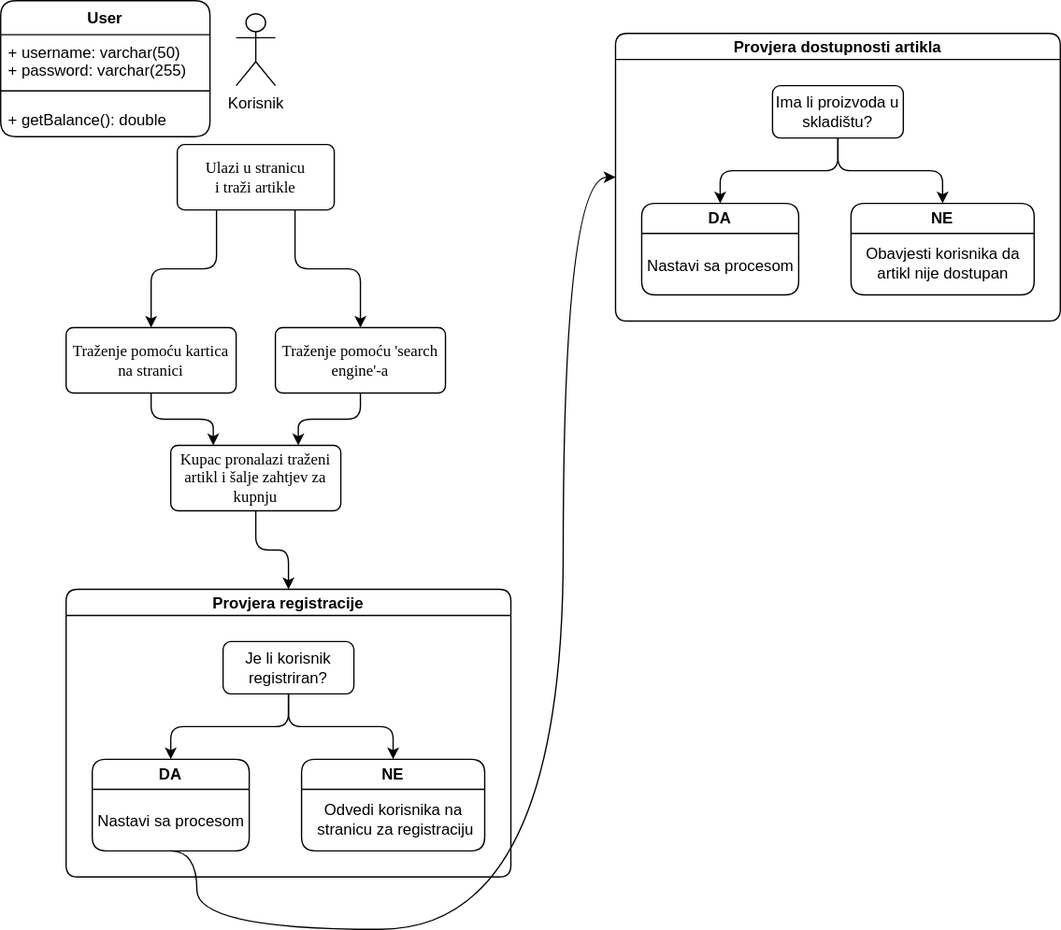
LukaCafuka/Diagrams-TiPK keeps this draw.io diagram as Untitled Diagram.drawio.svg. Above is the earlier version. Source tidied: cells renumbered, new cells last; positions are measured from the earlier drawing's top-left corner, leaving out a move shared by most shapes.
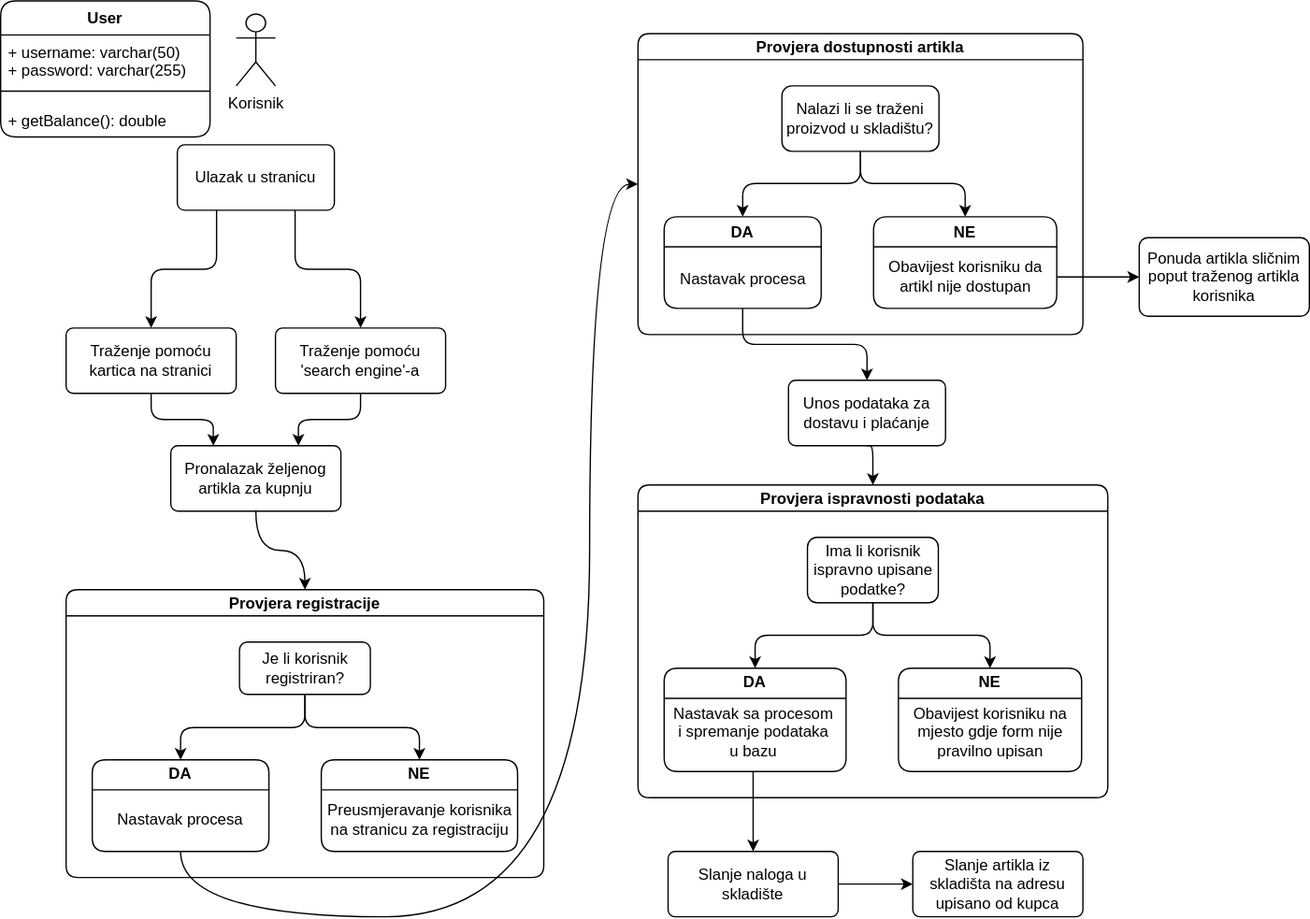
Later version of the same file.

Commit message:
skoro pa gotov

Diff of the diagram source:
```diff
@@ -8,7 +8,7 @@
     <mxCell id="3" style="edgeStyle=orthogonalEdgeStyle;rounded=1;jettySize=auto;html=1;exitX=0.75;exitY=1;exitDx=0;exitDy=0;entryX=0.5;entryY=0;entryDx=0;entryDy=0;" parent="1" edge="1" source="4" target="9">
       <mxGeometry relative="1" as="geometry" />
     </mxCell>
-    <mxCell id="4" value="Ulazi u stranicu&lt;br&gt;i traži artikle" style="whiteSpace=wrap;html=1;rounded=1;shadow=0;comic=0;labelBackgroundColor=none;strokeWidth=1;fontFamily=Verdana;fontSize=12;align=center;arcSize=11;" parent="1" vertex="1">
+    <mxCell id="4" value="Ulazak u stranicu" style="whiteSpace=wrap;html=1;rounded=1;shadow=0;comic=0;labelBackgroundColor=none;strokeWidth=1;fontFamily=Helvetica;fontSize=12;align=center;arcSize=11;" parent="1" vertex="1">
       <mxGeometry x="135" y="110" width="120" height="50" as="geometry" />
     </mxCell>
     <mxCell id="5" value="Korisnik" style="shape=umlActor;verticalLabelPosition=bottom;verticalAlign=top;html=1;rounded=1;" parent="1" vertex="1">
@@ -17,13 +17,13 @@
     <mxCell id="6" style="edgeStyle=orthogonalEdgeStyle;rounded=1;jettySize=auto;html=1;exitX=0.5;exitY=1;exitDx=0;exitDy=0;entryX=0.25;entryY=0;entryDx=0;entryDy=0;" parent="1" edge="1" source="7" target="15">
       <mxGeometry relative="1" as="geometry" />
     </mxCell>
-    <mxCell id="7" value="Traženje pomoću kartica na stranici" style="whiteSpace=wrap;html=1;rounded=1;shadow=0;comic=0;labelBackgroundColor=none;strokeWidth=1;fontFamily=Verdana;fontSize=12;align=center;arcSize=11;" parent="1" vertex="1">
+    <mxCell id="7" value="Traženje pomoću kartica na stranici" style="whiteSpace=wrap;html=1;rounded=1;shadow=0;comic=0;labelBackgroundColor=none;strokeWidth=1;fontFamily=Helvetica;fontSize=12;align=center;arcSize=11;" parent="1" vertex="1">
       <mxGeometry x="50" y="250" width="130" height="50" as="geometry" />
     </mxCell>
     <mxCell id="8" style="edgeStyle=orthogonalEdgeStyle;rounded=1;jettySize=auto;html=1;exitX=0.5;exitY=1;exitDx=0;exitDy=0;entryX=0.75;entryY=0;entryDx=0;entryDy=0;" parent="1" edge="1" source="9" target="15">
       <mxGeometry relative="1" as="geometry" />
     </mxCell>
-    <mxCell id="9" value="Traženje pomoću 'search engine'-a" style="whiteSpace=wrap;html=1;rounded=1;shadow=0;comic=0;labelBackgroundColor=none;strokeWidth=1;fontFamily=Verdana;fontSize=12;align=center;arcSize=11;" parent="1" vertex="1">
+    <mxCell id="9" value="Traženje pomoću 'search engine'-a" style="whiteSpace=wrap;html=1;rounded=1;shadow=0;comic=0;labelBackgroundColor=none;strokeWidth=1;fontFamily=Helvetica;fontSize=12;align=center;arcSize=11;" parent="1" vertex="1">
       <mxGeometry x="210" y="250" width="130" height="50" as="geometry" />
     </mxCell>
     <mxCell id="10" value="User" style="swimlane;fontStyle=1;align=center;verticalAlign=top;horizontal=1;startSize=26;rounded=1;" parent="1" vertex="1">
@@ -38,55 +38,55 @@
     <mxCell id="13" value="+ getBalance(): double" style="text;strokeColor=none;fillColor=none;align=left;verticalAlign=top;spacingLeft=4;spacingRight=4;overflow=hidden;rounded=1;" parent="10" vertex="1">
       <mxGeometry y="78" width="160" height="26" as="geometry" />
     </mxCell>
-    <mxCell id="14" style="edgeStyle=orthogonalEdgeStyle;rounded=1;jettySize=auto;html=1;exitX=0.5;exitY=1;exitDx=0;exitDy=0;entryX=0.5;entryY=0;entryDx=0;entryDy=0;" parent="1" edge="1" source="15" target="16">
+    <mxCell id="14" style="edgeStyle=orthogonalEdgeStyle;rounded=1;jettySize=auto;html=1;exitX=0.5;exitY=1;exitDx=0;exitDy=0;entryX=0.5;entryY=0;entryDx=0;entryDy=0;curved=1;" parent="1" edge="1" source="15" target="16">
       <mxGeometry relative="1" as="geometry" />
     </mxCell>
-    <mxCell id="15" value="Kupac pronalazi traženi artikl i šalje zahtjev za kupnju" style="whiteSpace=wrap;html=1;rounded=1;shadow=0;comic=0;labelBackgroundColor=none;strokeWidth=1;fontFamily=Verdana;fontSize=12;align=center;arcSize=11;" parent="1" vertex="1">
+    <mxCell id="15" value="Pronalazak željenog artikla za kupnju" style="whiteSpace=wrap;html=1;rounded=1;shadow=0;comic=0;labelBackgroundColor=none;strokeWidth=1;fontFamily=Helvetica;fontSize=12;align=center;arcSize=11;" parent="1" vertex="1">
       <mxGeometry x="130" y="340" width="130" height="50" as="geometry" />
     </mxCell>
     <mxCell id="16" value="Provjera registracije" style="swimlane;startSize=20;horizontal=1;horizontalTree=0;containerType=tree;fontSize=12;rounded=1;" parent="1" vertex="1">
-      <mxGeometry x="50" y="450" width="340" height="220" as="geometry" />
+      <mxGeometry x="50" y="450" width="365" height="220" as="geometry" />
     </mxCell>
     <mxCell id="17" value="Je li korisnik registriran?" style="whiteSpace=wrap;html=1;rounded=1;" parent="16" vertex="1">
-      <mxGeometry x="120" y="40" width="100" height="40" as="geometry" />
+      <mxGeometry x="132.5" y="40" width="100" height="40" as="geometry" />
     </mxCell>
     <mxCell id="18" value="DA" style="swimlane;whiteSpace=wrap;html=1;fontFamily=Helvetica;fontSize=12;fontColor=default;align=center;strokeColor=default;fillColor=default;rounded=1;" parent="16" vertex="1">
-      <mxGeometry x="20" y="130" width="120" height="70" as="geometry" />
+      <mxGeometry x="20" y="130" width="135" height="70" as="geometry" />
     </mxCell>
-    <mxCell id="19" value="Nastavi sa procesom" style="text;html=1;align=center;verticalAlign=middle;strokeColor=none;fillColor=none;" parent="18" vertex="1">
-      <mxGeometry x="-10" y="33" width="140" height="30" as="geometry" />
+    <mxCell id="19" value="Nastavak procesa" style="text;html=1;align=center;verticalAlign=middle;strokeColor=none;fillColor=none;" parent="18" vertex="1">
+      <mxGeometry x="7" y="31" width="120" height="30" as="geometry" />
     </mxCell>
     <mxCell id="20" style="edgeStyle=elbowEdgeStyle;elbow=vertical;html=1;rounded=1;curved=0;sourcePerimeterSpacing=0;targetPerimeterSpacing=0;startSize=6;endSize=6;" parent="16" edge="1" source="17" target="18">
       <mxGeometry relative="1" as="geometry" />
     </mxCell>
     <mxCell id="21" value="NE" style="swimlane;whiteSpace=wrap;html=1;fontFamily=Helvetica;fontSize=12;fontColor=default;align=center;strokeColor=default;fillColor=default;rounded=1;" parent="16" vertex="1">
-      <mxGeometry x="180" y="130" width="140" height="70" as="geometry" />
+      <mxGeometry x="195" y="130" width="150" height="70" as="geometry" />
     </mxCell>
-    <mxCell id="22" value="Odvedi korisnika na&lt;br&gt;&amp;nbsp;stranicu za registraciju" style="text;html=1;align=center;verticalAlign=middle;strokeColor=none;fillColor=none;" parent="21" vertex="1">
-      <mxGeometry x="-5" y="26" width="150" height="40" as="geometry" />
+    <mxCell id="22" value="Preusmjeravanje korisnika&lt;br&gt;na stranicu za registraciju" style="text;html=1;align=center;verticalAlign=middle;strokeColor=none;fillColor=none;" parent="21" vertex="1">
+      <mxGeometry x="-5" y="26" width="160" height="40" as="geometry" />
     </mxCell>
     <mxCell id="23" style="edgeStyle=elbowEdgeStyle;elbow=vertical;html=1;rounded=1;curved=0;sourcePerimeterSpacing=0;targetPerimeterSpacing=0;startSize=6;endSize=6;" parent="16" edge="1" source="17" target="21">
       <mxGeometry relative="1" as="geometry" />
     </mxCell>
     <mxCell id="24" value="Provjera dostupnosti artikla" style="swimlane;startSize=20;horizontal=1;horizontalTree=0;containerType=tree;fontSize=12;rounded=1;" parent="1" vertex="1">
-      <mxGeometry x="470" y="25" width="340" height="220" as="geometry" />
+      <mxGeometry x="487" y="25" width="340" height="230" as="geometry" />
     </mxCell>
-    <mxCell id="25" value="Ima li proizvoda u skladištu?" style="whiteSpace=wrap;html=1;rounded=1;" parent="24" vertex="1">
-      <mxGeometry x="120" y="40" width="100" height="40" as="geometry" />
+    <mxCell id="25" value="Nalazi li se traženi proizvod u skladištu?" style="whiteSpace=wrap;html=1;rounded=1;" parent="24" vertex="1">
+      <mxGeometry x="110" y="40" width="120" height="50" as="geometry" />
     </mxCell>
     <mxCell id="26" value="DA" style="swimlane;whiteSpace=wrap;html=1;fontFamily=Helvetica;fontSize=12;fontColor=default;align=center;strokeColor=default;fillColor=default;rounded=1;" parent="24" vertex="1">
-      <mxGeometry x="20" y="130" width="120" height="70" as="geometry" />
+      <mxGeometry x="20" y="140" width="120" height="70" as="geometry" />
     </mxCell>
-    <mxCell id="27" value="Nastavi sa procesom" style="text;html=1;align=center;verticalAlign=middle;strokeColor=none;fillColor=none;" parent="26" vertex="1">
-      <mxGeometry x="-10" y="33" width="140" height="30" as="geometry" />
+    <mxCell id="27" value="Nastavak procesa" style="text;html=1;align=center;verticalAlign=middle;strokeColor=none;fillColor=none;" parent="26" vertex="1">
+      <mxGeometry y="33" width="120" height="30" as="geometry" />
     </mxCell>
     <mxCell id="28" style="edgeStyle=elbowEdgeStyle;elbow=vertical;html=1;rounded=1;curved=0;sourcePerimeterSpacing=0;targetPerimeterSpacing=0;startSize=6;endSize=6;" parent="24" edge="1" source="25" target="26">
       <mxGeometry relative="1" as="geometry" />
     </mxCell>
     <mxCell id="29" value="NE" style="swimlane;whiteSpace=wrap;html=1;fontFamily=Helvetica;fontSize=12;fontColor=default;align=center;strokeColor=default;fillColor=none;gradientColor=default;gradientDirection=east;rounded=1;" parent="24" vertex="1">
-      <mxGeometry x="180" y="130" width="140" height="70" as="geometry" />
+      <mxGeometry x="180" y="140" width="140" height="70" as="geometry" />
     </mxCell>
-    <mxCell id="30" value="Obavjesti korisnika da&lt;br&gt;artikl nije dostupan" style="text;html=1;align=center;verticalAlign=middle;points=[];strokeColor=none;fillColor=none;" parent="29" vertex="1">
+    <mxCell id="30" value="Obavijest korisniku da&lt;br&gt;artikl nije dostupan" style="text;html=1;align=center;verticalAlign=middle;points=[];strokeColor=none;fillColor=none;" parent="29" vertex="1">
       <mxGeometry y="26" width="140" height="40" as="geometry" />
     </mxCell>
     <mxCell id="31" style="edgeStyle=elbowEdgeStyle;elbow=vertical;html=1;rounded=1;curved=0;sourcePerimeterSpacing=0;targetPerimeterSpacing=0;startSize=6;endSize=6;" parent="24" edge="1" source="25" target="29">
@@ -95,11 +95,62 @@
     <mxCell id="32" style="edgeStyle=orthogonalEdgeStyle;curved=1;rounded=1;jettySize=auto;html=1;exitX=0.5;exitY=1;exitDx=0;exitDy=0;entryX=0;entryY=0.5;entryDx=0;entryDy=0;" parent="1" edge="1" source="18" target="24">
       <mxGeometry relative="1" as="geometry">
         <Array as="points">
-          <mxPoint x="150" y="710" />
-          <mxPoint x="430" y="710" />
-          <mxPoint x="430" y="135" />
+          <mxPoint x="138" y="700" />
+          <mxPoint x="450" y="700" />
+          <mxPoint x="450" y="140" />
         </Array>
       </mxGeometry>
     </mxCell>
+    <mxCell id="33" style="edgeStyle=orthogonalEdgeStyle;rounded=1;jettySize=auto;html=1;exitX=0.5;exitY=1;exitDx=0;exitDy=0;entryX=0.5;entryY=0;entryDx=0;entryDy=0;" parent="1" edge="1" source="34" target="36">
+      <mxGeometry relative="1" as="geometry" />
+    </mxCell>
+    <mxCell id="34" value="Unos podataka za dostavu i plaćanje" style="whiteSpace=wrap;html=1;rounded=1;shadow=0;comic=0;labelBackgroundColor=none;strokeWidth=1;fontFamily=Helvetica;fontSize=12;align=center;arcSize=11;" parent="1" vertex="1">
+      <mxGeometry x="602" y="290" width="120" height="50" as="geometry" />
+    </mxCell>
+    <mxCell id="35" style="edgeStyle=orthogonalEdgeStyle;rounded=1;jettySize=auto;html=1;exitX=0.5;exitY=1;exitDx=0;exitDy=0;entryX=0.5;entryY=0;entryDx=0;entryDy=0;" parent="1" edge="1" source="26" target="34">
+      <mxGeometry relative="1" as="geometry" />
+    </mxCell>
+    <mxCell id="36" value="Provjera ispravnosti podataka" style="swimlane;startSize=20;horizontal=1;horizontalTree=0;containerType=tree;fontSize=12;rounded=1;" parent="1" vertex="1">
+      <mxGeometry x="487" y="370" width="359" height="239" as="geometry" />
+    </mxCell>
+    <mxCell id="37" value="Ima li korisnik ispravno upisane podatke?" style="whiteSpace=wrap;html=1;rounded=1;" parent="36" vertex="1">
+      <mxGeometry x="129.5" y="40" width="100" height="50" as="geometry" />
+    </mxCell>
+    <mxCell id="38" value="DA" style="swimlane;whiteSpace=wrap;html=1;fontFamily=Helvetica;fontSize=12;fontColor=default;align=center;strokeColor=default;fillColor=default;rounded=1;" parent="36" vertex="1">
+      <mxGeometry x="20" y="140" width="139" height="79" as="geometry" />
+    </mxCell>
+    <mxCell id="39" value="Nastavak sa procesom&lt;br&gt;i spremanje podataka&lt;br&gt;u bazu" style="text;html=1;align=center;verticalAlign=middle;points=[];strokeColor=none;fillColor=none;" parent="38" vertex="1">
+      <mxGeometry x="-7" y="19" width="150" height="60" as="geometry" />
+    </mxCell>
+    <mxCell id="40" style="edgeStyle=elbowEdgeStyle;elbow=vertical;html=1;rounded=1;curved=0;sourcePerimeterSpacing=0;targetPerimeterSpacing=0;startSize=6;endSize=6;" parent="36" edge="1" source="37" target="38">
+      <mxGeometry relative="1" as="geometry" />
+    </mxCell>
+    <mxCell id="41" value="NE" style="swimlane;whiteSpace=wrap;html=1;fontFamily=Helvetica;fontSize=12;fontColor=default;align=center;strokeColor=default;fillColor=none;gradientColor=default;gradientDirection=east;rounded=1;" parent="36" vertex="1">
+      <mxGeometry x="199" y="140" width="140" height="79" as="geometry" />
+    </mxCell>
+    <mxCell id="42" value="Obavijest korisniku na&lt;br&gt;mjesto gdje form nije&lt;br&gt;pravilno upisan" style="text;html=1;align=center;verticalAlign=middle;strokeColor=none;fillColor=none;" parent="41" vertex="1">
+      <mxGeometry y="19" width="140" height="60" as="geometry" />
+    </mxCell>
+    <mxCell id="43" style="edgeStyle=elbowEdgeStyle;elbow=vertical;html=1;rounded=1;curved=0;sourcePerimeterSpacing=0;targetPerimeterSpacing=0;startSize=6;endSize=6;" parent="36" edge="1" source="37" target="41">
+      <mxGeometry relative="1" as="geometry" />
+    </mxCell>
+    <mxCell id="44" style="edgeStyle=orthogonalEdgeStyle;rounded=1;jettySize=auto;html=1;exitX=1;exitY=0.5;exitDx=0;exitDy=0;entryX=0;entryY=0.5;entryDx=0;entryDy=0;fontFamily=Helvetica;" parent="1" edge="1" source="45" target="47">
+      <mxGeometry relative="1" as="geometry" />
+    </mxCell>
+    <mxCell id="45" value="Slanje naloga u skladište" style="whiteSpace=wrap;html=1;rounded=1;shadow=0;comic=0;labelBackgroundColor=none;strokeWidth=1;fontFamily=Helvetica;fontSize=12;align=center;arcSize=11;" parent="1" vertex="1">
+      <mxGeometry x="510" y="650" width="130" height="50" as="geometry" />
+    </mxCell>
+    <mxCell id="46" style="edgeStyle=orthogonalEdgeStyle;rounded=1;jettySize=auto;html=1;fontFamily=Helvetica;" parent="1" edge="1" source="39" target="45">
+      <mxGeometry relative="1" as="geometry" />
+    </mxCell>
+    <mxCell id="47" value="Slanje artikla iz skladišta na adresu upisano od kupca" style="whiteSpace=wrap;html=1;rounded=1;shadow=0;comic=0;labelBackgroundColor=none;strokeWidth=1;fontFamily=Helvetica;fontSize=12;align=center;arcSize=11;" parent="1" vertex="1">
+      <mxGeometry x="697" y="650" width="130" height="50" as="geometry" />
+    </mxCell>
+    <mxCell id="48" value="Ponuda artikla sličnim poput traženog artikla korisnika" style="whiteSpace=wrap;html=1;rounded=1;shadow=0;comic=0;labelBackgroundColor=none;strokeWidth=1;fontFamily=Helvetica;fontSize=12;align=center;arcSize=11;" parent="1" vertex="1">
+      <mxGeometry x="870" y="181" width="130" height="60" as="geometry" />
+    </mxCell>
+    <mxCell id="49" style="edgeStyle=orthogonalEdgeStyle;curved=1;rounded=1;jettySize=auto;html=1;fontFamily=Helvetica;" parent="1" edge="1" source="30" target="48">
+      <mxGeometry relative="1" as="geometry" />
+    </mxCell>
   </root>
 </mxGraphModel>
```
